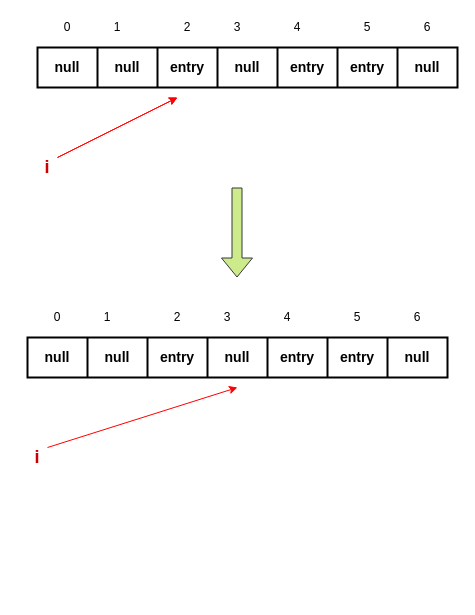
This is page "第 1 页 的副本" (3 of 3) of thread/threadLocalMap_set.drawio from mydlxy/draw, a draw.io file, before an edit. Source tidied: cells renumbered, new cells numbered last; positions are measured from the earlier drawing's top-left corner, leaving out a move shared by most shapes. Both pictures are drawn from the tidied source at 100%, with x=0, y=0 at pixel (17, 17).
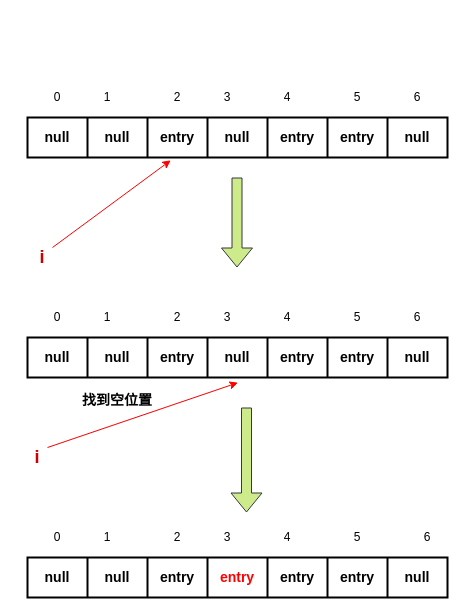
The same page after the edit.

The change refers to these unchanged cells:
```xml
<mxCell id="3" style="shape=partialRectangle;html=1;whiteSpace=wrap;fillColor=none;top=0;left=0;bottom=0;right=0;points=[[0,0.5],[1,0.5]];portConstraint=eastwest;" parent="2" vertex="1">
  <mxGeometry width="420" height="40" as="geometry" />
</mxCell>
<mxCell id="23" style="shape=partialRectangle;html=1;whiteSpace=wrap;fillColor=none;top=0;left=0;bottom=0;right=0;points=[[0,0.5],[1,0.5]];portConstraint=eastwest;" parent="22" vertex="1">
  <mxGeometry width="420" height="40" as="geometry" />
</mxCell>
```

The edit, as a diff of the source:
```diff
@@
     <mxCell id="2" style="shape=table;html=1;whiteSpace=wrap;startSize=0;childLayout=tableLayout;strokeWidth=2;" parent="1" vertex="1">
-      <mxGeometry x="20" y="30" width="420" height="40" as="geometry" />
+      <mxGeometry x="10" y="100" width="420" height="40" as="geometry" />
     </mxCell>
@@
     <mxCell id="11" value="0" style="text;html=1;strokeColor=none;fillColor=none;align=center;verticalAlign=middle;whiteSpace=wrap;rounded=0;" parent="1" vertex="1">
-      <mxGeometry x="30" width="40" height="20" as="geometry" />
+      <mxGeometry x="20" y="70" width="40" height="20" as="geometry" />
     </mxCell>
     <mxCell id="12" value="1" style="text;html=1;strokeColor=none;fillColor=none;align=center;verticalAlign=middle;whiteSpace=wrap;rounded=0;" parent="1" vertex="1">
-      <mxGeometry x="80" width="40" height="20" as="geometry" />
+      <mxGeometry x="70" y="70" width="40" height="20" as="geometry" />
     </mxCell>
     <mxCell id="13" value="2" style="text;html=1;strokeColor=none;fillColor=none;align=center;verticalAlign=middle;whiteSpace=wrap;rounded=0;" parent="1" vertex="1">
-      <mxGeometry x="150" width="40" height="20" as="geometry" />
+      <mxGeometry x="140" y="70" width="40" height="20" as="geometry" />
     </mxCell>
     <mxCell id="14" value="3" style="text;html=1;strokeColor=none;fillColor=none;align=center;verticalAlign=middle;whiteSpace=wrap;rounded=0;" parent="1" vertex="1">
-      <mxGeometry x="200" width="40" height="20" as="geometry" />
+      <mxGeometry x="190" y="70" width="40" height="20" as="geometry" />
     </mxCell>
     <mxCell id="15" value="4" style="text;html=1;strokeColor=none;fillColor=none;align=center;verticalAlign=middle;whiteSpace=wrap;rounded=0;" parent="1" vertex="1">
-      <mxGeometry x="260" width="40" height="20" as="geometry" />
+      <mxGeometry x="250" y="70" width="40" height="20" as="geometry" />
     </mxCell>
     <mxCell id="16" value="5" style="text;html=1;strokeColor=none;fillColor=none;align=center;verticalAlign=middle;whiteSpace=wrap;rounded=0;" parent="1" vertex="1">
-      <mxGeometry x="330" width="40" height="20" as="geometry" />
+      <mxGeometry x="320" y="70" width="40" height="20" as="geometry" />
     </mxCell>
     <mxCell id="17" value="6" style="text;html=1;strokeColor=none;fillColor=none;align=center;verticalAlign=middle;whiteSpace=wrap;rounded=0;" parent="1" vertex="1">
-      <mxGeometry x="390" width="40" height="20" as="geometry" />
+      <mxGeometry x="380" y="70" width="40" height="20" as="geometry" />
     </mxCell>
-    <mxCell id="18" style="endArrow=classic;html=1;strokeColor=#FF0000;" parent="1" edge="1">
-      <mxGeometry relative="1" as="geometry">
-        <mxPoint x="40" y="140" as="sourcePoint" />
-        <mxPoint x="160" y="80" as="targetPoint" />
-      </mxGeometry>
-    </mxCell>
     <mxCell id="19" value="&lt;b&gt;&lt;font color=&quot;#cc0000&quot; style=&quot;font-size: 18px&quot;&gt;i&lt;/font&gt;&lt;/b&gt;" style="text;html=1;strokeColor=none;fillColor=none;align=center;verticalAlign=middle;whiteSpace=wrap;rounded=0;" parent="1" vertex="1">
-      <mxGeometry x="10" y="140" width="40" height="20" as="geometry" />
+      <mxGeometry x="5" y="230" width="40" height="20" as="geometry" />
     </mxCell>
     <mxCell id="20" style="shape=flexArrow;endArrow=classic;html=1;fillColor=#cdeb8b;strokeColor=#36393d;" parent="1" edge="1">
       <mxGeometry relative="1" as="geometry">
-        <mxPoint x="219.5" y="170" as="sourcePoint" />
-        <mxPoint x="219.5" y="260" as="targetPoint" />
+        <mxPoint x="219.5" y="160" as="sourcePoint" />
+        <mxPoint x="219.5" y="250" as="targetPoint" />
       </mxGeometry>
     </mxCell>
-    <mxCell id="21" style="endArrow=classic;html=1;strokeColor=#FF0000;" parent="1" edge="1">
+    <mxCell id="21" style="endArrow=classic;html=1;strokeColor=#FF0000;entryX=0.341;entryY=1.07;entryDx=0;entryDy=0;entryPerimeter=0;" parent="1" edge="1" target="3">
       <mxGeometry relative="1" as="geometry">
-        <mxPoint x="40" y="140" as="sourcePoint" />
-        <mxPoint x="160" y="80" as="targetPoint" />
+        <mxPoint x="35" y="230" as="sourcePoint" />
       </mxGeometry>
     </mxCell>
@@
-    <mxCell id="38" style="endArrow=classic;html=1;strokeColor=#FF0000;" parent="1" edge="1">
+    <mxCell id="38" style="endArrow=classic;html=1;strokeColor=#FF0000;entryX=0.501;entryY=1.13;entryDx=0;entryDy=0;entryPerimeter=0;" parent="1" edge="1" target="23">
       <mxGeometry relative="1" as="geometry">
         <mxPoint x="30" y="430" as="sourcePoint" />
-        <mxPoint x="220" y="370" as="targetPoint" />
       </mxGeometry>
     </mxCell>
@@
+    <mxCell id="40" value="&lt;font style=&quot;font-size: 14px&quot;&gt;&lt;b&gt;找到空位置&lt;/b&gt;&lt;/font&gt;" style="text;html=1;strokeColor=none;fillColor=none;align=center;verticalAlign=middle;whiteSpace=wrap;rounded=0;" parent="1" vertex="1">
+      <mxGeometry x="45" y="370" width="110" height="25" as="geometry" />
+    </mxCell>
+    <mxCell id="41" style="shape=flexArrow;endArrow=classic;html=1;fillColor=#cdeb8b;strokeColor=#36393d;" parent="1" edge="1">
+      <mxGeometry relative="1" as="geometry">
+        <mxPoint x="229" y="390" as="sourcePoint" />
+        <mxPoint x="229" y="495" as="targetPoint" />
+      </mxGeometry>
+    </mxCell>
+    <mxCell id="42" style="shape=table;html=1;whiteSpace=wrap;startSize=0;childLayout=tableLayout;strokeWidth=2;" parent="1" vertex="1">
+      <mxGeometry x="10" y="540" width="420" height="40" as="geometry" />
+    </mxCell>
+    <mxCell id="43" style="shape=partialRectangle;html=1;whiteSpace=wrap;fillColor=none;top=0;left=0;bottom=0;right=0;" parent="42" vertex="1">
+      <mxGeometry width="420" height="40" as="geometry" />
+    </mxCell>
+    <mxCell id="44" value="&lt;b&gt;&lt;font style=&quot;font-size: 14px&quot;&gt;null&lt;/font&gt;&lt;/b&gt;" style="shape=partialRectangle;html=1;whiteSpace=wrap;overflow=hidden;fillColor=none;top=0;left=0;bottom=0;right=0;" parent="43" vertex="1">
+      <mxGeometry width="60" height="40" as="geometry" />
+    </mxCell>
+    <mxCell id="45" value="&lt;b&gt;&lt;font style=&quot;font-size: 14px&quot;&gt;null&lt;/font&gt;&lt;/b&gt;" style="shape=partialRectangle;html=1;whiteSpace=wrap;overflow=hidden;fillColor=none;top=0;left=0;bottom=0;right=0;" parent="43" vertex="1">
+      <mxGeometry x="60" width="60" height="40" as="geometry" />
+    </mxCell>
+    <mxCell id="46" value="&lt;font style=&quot;font-size: 14px&quot;&gt;&lt;b&gt;entry&lt;/b&gt;&lt;/font&gt;" style="shape=partialRectangle;html=1;whiteSpace=wrap;overflow=hidden;fillColor=none;top=0;left=0;bottom=0;right=0;" parent="43" vertex="1">
+      <mxGeometry x="120" width="60" height="40" as="geometry" />
+    </mxCell>
+    <mxCell id="47" value="&lt;font style=&quot;font-size: 14px&quot; color=&quot;#ff0000&quot;&gt;&lt;b&gt;entry&lt;/b&gt;&lt;/font&gt;" style="shape=partialRectangle;html=1;whiteSpace=wrap;overflow=hidden;fillColor=none;top=0;left=0;bottom=0;right=0;" parent="43" vertex="1">
+      <mxGeometry x="180" width="60" height="40" as="geometry" />
+    </mxCell>
+    <mxCell id="48" value="&lt;font style=&quot;font-size: 14px&quot;&gt;&lt;b&gt;entry&lt;/b&gt;&lt;/font&gt;" style="shape=partialRectangle;html=1;whiteSpace=wrap;overflow=hidden;fillColor=none;top=0;left=0;bottom=0;right=0;" parent="43" vertex="1">
+      <mxGeometry x="240" width="60" height="40" as="geometry" />
+    </mxCell>
+    <mxCell id="49" value="&lt;font style=&quot;font-size: 14px&quot;&gt;&lt;b&gt;entry&lt;/b&gt;&lt;/font&gt;" style="shape=partialRectangle;html=1;whiteSpace=wrap;overflow=hidden;fillColor=none;top=0;left=0;bottom=0;right=0;" parent="43" vertex="1">
+      <mxGeometry x="300" width="60" height="40" as="geometry" />
+    </mxCell>
+    <mxCell id="50" value="&lt;font style=&quot;font-size: 14px&quot;&gt;&lt;b&gt;null&lt;/b&gt;&lt;/font&gt;" style="shape=partialRectangle;html=1;whiteSpace=wrap;overflow=hidden;fillColor=none;top=0;left=0;bottom=0;right=0;" parent="43" vertex="1">
+      <mxGeometry x="360" width="60" height="40" as="geometry" />
+    </mxCell>
+    <mxCell id="51" value="0" style="text;html=1;strokeColor=none;fillColor=none;align=center;verticalAlign=middle;whiteSpace=wrap;rounded=0;" parent="1" vertex="1">
+      <mxGeometry x="20" y="510" width="40" height="20" as="geometry" />
+    </mxCell>
+    <mxCell id="52" value="1" style="text;html=1;strokeColor=none;fillColor=none;align=center;verticalAlign=middle;whiteSpace=wrap;rounded=0;" parent="1" vertex="1">
+      <mxGeometry x="70" y="510" width="40" height="20" as="geometry" />
+    </mxCell>
+    <mxCell id="53" value="2" style="text;html=1;strokeColor=none;fillColor=none;align=center;verticalAlign=middle;whiteSpace=wrap;rounded=0;" parent="1" vertex="1">
+      <mxGeometry x="140" y="510" width="40" height="20" as="geometry" />
+    </mxCell>
+    <mxCell id="54" value="3" style="text;html=1;strokeColor=none;fillColor=none;align=center;verticalAlign=middle;whiteSpace=wrap;rounded=0;" parent="1" vertex="1">
+      <mxGeometry x="190" y="510" width="40" height="20" as="geometry" />
+    </mxCell>
+    <mxCell id="55" value="4" style="text;html=1;strokeColor=none;fillColor=none;align=center;verticalAlign=middle;whiteSpace=wrap;rounded=0;" parent="1" vertex="1">
+      <mxGeometry x="250" y="510" width="40" height="20" as="geometry" />
+    </mxCell>
+    <mxCell id="56" value="5" style="text;html=1;strokeColor=none;fillColor=none;align=center;verticalAlign=middle;whiteSpace=wrap;rounded=0;" parent="1" vertex="1">
+      <mxGeometry x="320" y="510" width="40" height="20" as="geometry" />
+    </mxCell>
+    <mxCell id="57" value="6" style="text;html=1;strokeColor=none;fillColor=none;align=center;verticalAlign=middle;whiteSpace=wrap;rounded=0;" parent="1" vertex="1">
+      <mxGeometry x="390" y="510" width="40" height="20" as="geometry" />
+    </mxCell>
```
